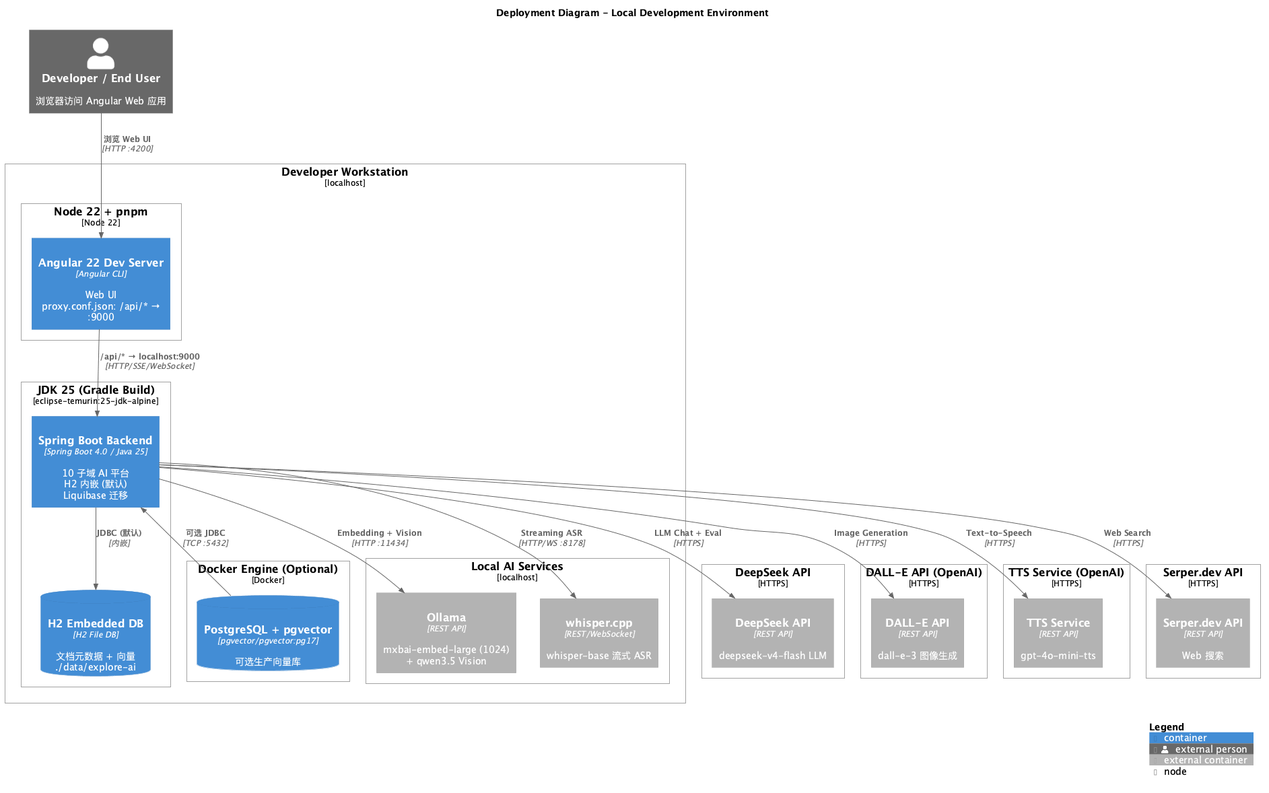
Before: docs/c4/png/C4-Deployment.png, a diagram exported from PlantUML (felixzhu97/explore-ai). The source it was exported from:
```plantuml
@startuml C4-Deployment
!include https://raw.githubusercontent.com/plantuml-stdlib/C4-PlantUML/master/C4_Deployment.puml

LAYOUT_WITH_LEGEND()

title Deployment Diagram - Local Development Environment

Person_Ext(user, "Developer / End User", "浏览器访问 Angular Web 应用")

Deployment_Node(developer_workstation, "Developer Workstation", "localhost") {

    Deployment_Node(java_runtime, "JDK 25 (Gradle Build)", "eclipse-temurin:25-jdk-alpine") {
        Container(backend, "Spring Boot Backend", "Spring Boot 4.0 / Java 25", "10 子域 AI 平台\nH2 内嵌 (默认)\nLiquibase 迁移", "9000")
        ContainerDb(h2_embedded, "H2 Embedded DB", "H2 File DB", "文档元数据 + 向量\n./data/explore-ai", "内嵌")
    }

    Deployment_Node(node_runtime, "Node 22 + pnpm", "Node 22") {
        Container(angular_dev, "Angular 22 Dev Server", "Angular CLI", "Web UI\nproxy.conf.json: /api/* → :9000", "4200")
    }

    Deployment_Node(docker_engine, "Docker Engine (Optional)", "Docker") {
        ContainerDb(postgresql_pgvector, "PostgreSQL + pgvector", "pgvector/pgvector:pg17", "可选生产向量库", "5432")
    }

    Deployment_Node(local_ai, "Local AI Services", "localhost") {
        Container_Ext(ollama_svc, "Ollama", "REST API", "mxbai-embed-large (1024)\n+ qwen3.5 Vision", "11434")
        Container_Ext(whisper_cpp, "whisper.cpp", "REST/WebSocket", "whisper-base 流式 ASR", "8178")
    }
}

Deployment_Node(deepseek_node, "DeepSeek API", "HTTPS") {
    Container_Ext(deepseek_api, "DeepSeek API", "REST API", "deepseek-v4-flash LLM", "HTTPS")
}

Deployment_Node(dalle_node, "DALL-E API (OpenAI)", "HTTPS") {
    Container_Ext(dalle_api, "DALL-E API", "REST API", "dall-e-3 图像生成", "HTTPS")
}

Deployment_Node(tts_node, "TTS Service (OpenAI)", "HTTPS") {
    Container_Ext(tts_api, "TTS Service", "REST API", "gpt-4o-mini-tts", "HTTPS")
}

Deployment_Node(serper_node, "Serper.dev API", "HTTPS") {
    Container_Ext(serper_api, "Serper.dev API", "REST API", "Web 搜索", "HTTPS")
}

Rel(user, angular_dev, "浏览 Web UI", "HTTP :4200")
Rel(angular_dev, backend, "/api/* → localhost:9000", "HTTP/SSE/WebSocket")

Rel(backend, h2_embedded, "JDBC (默认)", "内嵌")
Rel_Back(backend, postgresql_pgvector, "可选 JDBC", "TCP :5432")

Rel(backend, deepseek_api, "LLM Chat + Eval", "HTTPS")
Rel(backend, ollama_svc, "Embedding + Vision", "HTTP :11434")
Rel(backend, whisper_cpp, "Streaming ASR", "HTTP/WS :8178")
Rel(backend, dalle_api, "Image Generation", "HTTPS")
Rel(backend, tts_api, "Text-to-Speech", "HTTPS")
Rel(backend, serper_api, "Web Search", "HTTPS")

SHOW_LEGEND()
@enduml
```
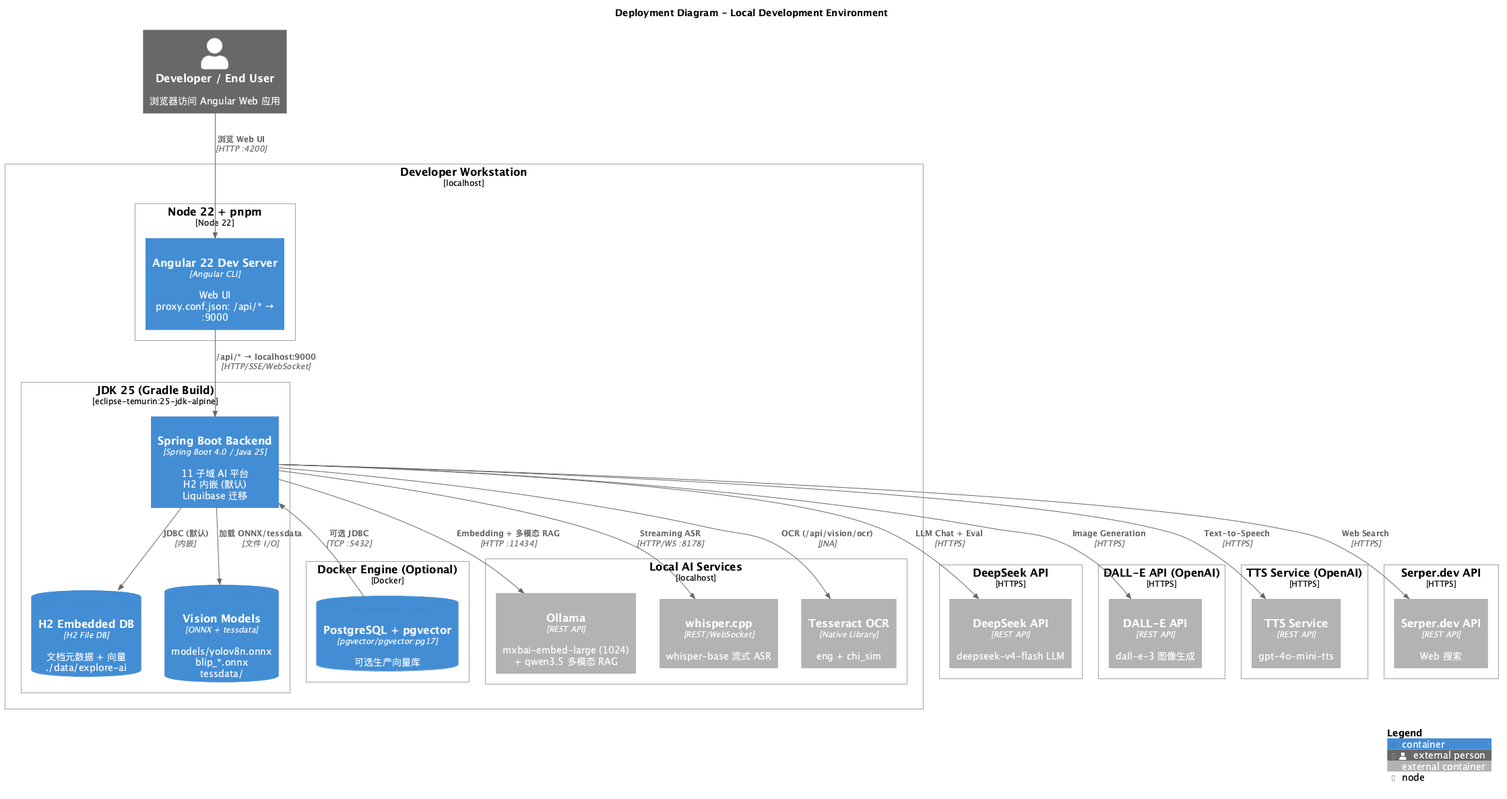
Above is the later version.

Commit message:
docs: update README and C4 model for vision analysis

Diff of the diagram source:
```diff
@@ -10,8 +10,9 @@
 Deployment_Node(developer_workstation, "Developer Workstation", "localhost") {
 
     Deployment_Node(java_runtime, "JDK 25 (Gradle Build)", "eclipse-temurin:25-jdk-alpine") {
-        Container(backend, "Spring Boot Backend", "Spring Boot 4.0 / Java 25", "10 子域 AI 平台\nH2 内嵌 (默认)\nLiquibase 迁移", "9000")
+        Container(backend, "Spring Boot Backend", "Spring Boot 4.0 / Java 25", "11 子域 AI 平台\nH2 内嵌 (默认)\nLiquibase 迁移", "9000")
         ContainerDb(h2_embedded, "H2 Embedded DB", "H2 File DB", "文档元数据 + 向量\n./data/explore-ai", "内嵌")
+        ContainerDb(vision_models, "Vision Models", "ONNX + tessdata", "models/yolov8n.onnx\nblip_*.onnx\ntessdata/", "本地文件")
     }
 
     Deployment_Node(node_runtime, "Node 22 + pnpm", "Node 22") {
@@ -23,8 +24,9 @@
     }
 
     Deployment_Node(local_ai, "Local AI Services", "localhost") {
-        Container_Ext(ollama_svc, "Ollama", "REST API", "mxbai-embed-large (1024)\n+ qwen3.5 Vision", "11434")
+        Container_Ext(ollama_svc, "Ollama", "REST API", "mxbai-embed-large (1024)\n+ qwen3.5 多模态 RAG", "11434")
         Container_Ext(whisper_cpp, "whisper.cpp", "REST/WebSocket", "whisper-base 流式 ASR", "8178")
+        Container_Ext(tesseract, "Tesseract OCR", "Native Library", "eng + chi_sim", "系统安装")
     }
 }
 
@@ -48,10 +50,12 @@
 Rel(angular_dev, backend, "/api/* → localhost:9000", "HTTP/SSE/WebSocket")
 
 Rel(backend, h2_embedded, "JDBC (默认)", "内嵌")
+Rel(backend, vision_models, "加载 ONNX/tessdata", "文件 I/O")
 Rel_Back(backend, postgresql_pgvector, "可选 JDBC", "TCP :5432")
 
 Rel(backend, deepseek_api, "LLM Chat + Eval", "HTTPS")
-Rel(backend, ollama_svc, "Embedding + Vision", "HTTP :11434")
+Rel(backend, ollama_svc, "Embedding + 多模态 RAG", "HTTP :11434")
+Rel(backend, tesseract, "OCR (/api/vision/ocr)", "JNA")
 Rel(backend, whisper_cpp, "Streaming ASR", "HTTP/WS :8178")
 Rel(backend, dalle_api, "Image Generation", "HTTPS")
 Rel(backend, tts_api, "Text-to-Speech", "HTTPS")
```
